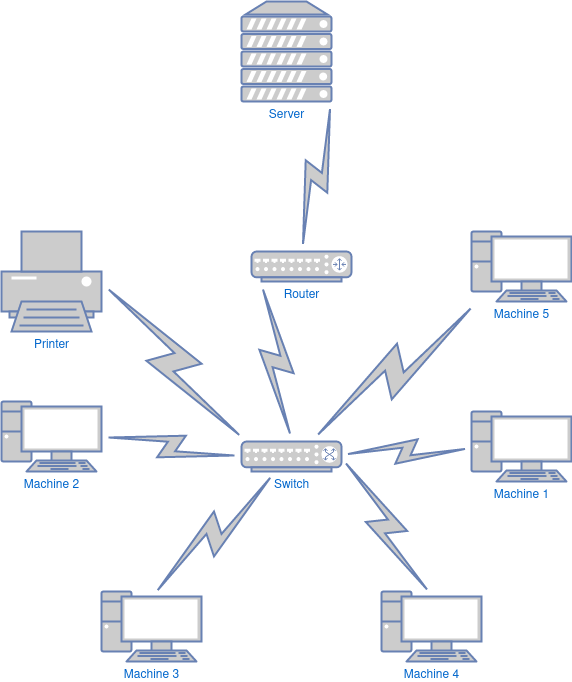
HenriqueStocco/Networks-college keeps this draw.io diagram as LanNetwork.drawio.png. Above is the earlier version. Source tidied: cells renumbered, new cells last; positions are measured from the earlier drawing's top-left corner, leaving out a move shared by most shapes.
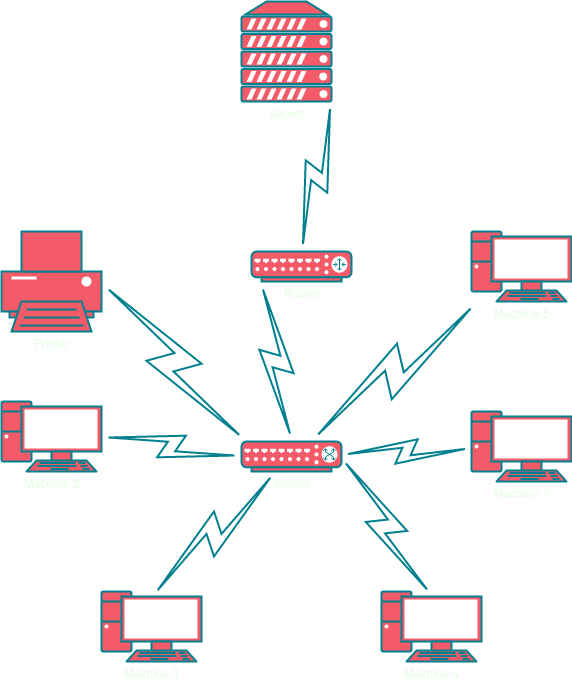
Later version of the same file.

Diff of the diagram source:
```diff
@@ -2,61 +2,61 @@
   <root>
     <mxCell id="0" />
     <mxCell id="1" parent="0" />
-    <mxCell id="2" value="Printer" style="fontColor=#0066CC;verticalAlign=top;verticalLabelPosition=bottom;labelPosition=center;align=center;html=1;outlineConnect=0;fillColor=#CCCCCC;strokeColor=#6881B3;gradientColor=none;gradientDirection=north;strokeWidth=2;shape=mxgraph.networks.printer;" parent="1" vertex="1">
+    <mxCell id="2" value="Printer" style="fontColor=#E4FDE1;verticalAlign=top;verticalLabelPosition=bottom;labelPosition=center;align=center;html=1;outlineConnect=0;fillColor=#F45B69;strokeColor=#028090;gradientDirection=north;strokeWidth=2;shape=mxgraph.networks.printer;labelBackgroundColor=none;rounded=1;" parent="1" vertex="1">
       <mxGeometry y="230" width="100" height="100" as="geometry" />
     </mxCell>
-    <mxCell id="3" value="Server" style="fontColor=#0066CC;verticalAlign=top;verticalLabelPosition=bottom;labelPosition=center;align=center;html=1;fillColor=#CCCCCC;strokeColor=#6881B3;gradientColor=none;gradientDirection=north;strokeWidth=2;shape=mxgraph.networks.server;" parent="1" vertex="1">
+    <mxCell id="3" value="Server" style="fontColor=#E4FDE1;verticalAlign=top;verticalLabelPosition=bottom;labelPosition=center;align=center;html=1;fillColor=#F45B69;strokeColor=#028090;gradientDirection=north;strokeWidth=2;shape=mxgraph.networks.server;labelBackgroundColor=none;rounded=1;" parent="1" vertex="1">
       <mxGeometry x="240" width="90" height="100" as="geometry" />
     </mxCell>
-    <mxCell id="4" value="Machine 1" style="fontColor=#0066CC;verticalAlign=top;verticalLabelPosition=bottom;labelPosition=center;align=center;html=1;outlineConnect=0;fillColor=#CCCCCC;strokeColor=#6881B3;gradientColor=none;gradientDirection=north;strokeWidth=2;shape=mxgraph.networks.pc;" parent="1" vertex="1">
+    <mxCell id="4" value="Machine 1" style="fontColor=#E4FDE1;verticalAlign=top;verticalLabelPosition=bottom;labelPosition=center;align=center;html=1;outlineConnect=0;fillColor=#F45B69;strokeColor=#028090;gradientDirection=north;strokeWidth=2;shape=mxgraph.networks.pc;labelBackgroundColor=none;rounded=1;" parent="1" vertex="1">
       <mxGeometry x="470" y="410" width="100" height="70" as="geometry" />
     </mxCell>
-    <mxCell id="5" value="Machine 5" style="fontColor=#0066CC;verticalAlign=top;verticalLabelPosition=bottom;labelPosition=center;align=center;html=1;outlineConnect=0;fillColor=#CCCCCC;strokeColor=#6881B3;gradientColor=none;gradientDirection=north;strokeWidth=2;shape=mxgraph.networks.pc;" parent="1" vertex="1">
+    <mxCell id="5" value="Machine 5" style="fontColor=#E4FDE1;verticalAlign=top;verticalLabelPosition=bottom;labelPosition=center;align=center;html=1;outlineConnect=0;fillColor=#F45B69;strokeColor=#028090;gradientDirection=north;strokeWidth=2;shape=mxgraph.networks.pc;labelBackgroundColor=none;rounded=1;" parent="1" vertex="1">
       <mxGeometry x="470" y="230" width="100" height="70" as="geometry" />
     </mxCell>
-    <mxCell id="6" value="Machine 4" style="fontColor=#0066CC;verticalAlign=top;verticalLabelPosition=bottom;labelPosition=center;align=center;html=1;outlineConnect=0;fillColor=#CCCCCC;strokeColor=#6881B3;gradientColor=none;gradientDirection=north;strokeWidth=2;shape=mxgraph.networks.pc;" parent="1" vertex="1">
+    <mxCell id="6" value="Machine 4" style="fontColor=#E4FDE1;verticalAlign=top;verticalLabelPosition=bottom;labelPosition=center;align=center;html=1;outlineConnect=0;fillColor=#F45B69;strokeColor=#028090;gradientDirection=north;strokeWidth=2;shape=mxgraph.networks.pc;labelBackgroundColor=none;rounded=1;" parent="1" vertex="1">
       <mxGeometry x="380" y="590" width="100" height="70" as="geometry" />
     </mxCell>
-    <mxCell id="7" value="Machine 3" style="fontColor=#0066CC;verticalAlign=top;verticalLabelPosition=bottom;labelPosition=center;align=center;html=1;outlineConnect=0;fillColor=#CCCCCC;strokeColor=#6881B3;gradientColor=none;gradientDirection=north;strokeWidth=2;shape=mxgraph.networks.pc;" parent="1" vertex="1">
+    <mxCell id="7" value="Machine 3" style="fontColor=#E4FDE1;verticalAlign=top;verticalLabelPosition=bottom;labelPosition=center;align=center;html=1;outlineConnect=0;fillColor=#F45B69;strokeColor=#028090;gradientDirection=north;strokeWidth=2;shape=mxgraph.networks.pc;labelBackgroundColor=none;rounded=1;" parent="1" vertex="1">
       <mxGeometry x="100" y="590" width="100" height="70" as="geometry" />
     </mxCell>
-    <mxCell id="8" value="Machine 2" style="fontColor=#0066CC;verticalAlign=top;verticalLabelPosition=bottom;labelPosition=center;align=center;html=1;outlineConnect=0;fillColor=#CCCCCC;strokeColor=#6881B3;gradientColor=none;gradientDirection=north;strokeWidth=2;shape=mxgraph.networks.pc;" parent="1" vertex="1">
+    <mxCell id="8" value="Machine 2" style="fontColor=#E4FDE1;verticalAlign=top;verticalLabelPosition=bottom;labelPosition=center;align=center;html=1;outlineConnect=0;fillColor=#F45B69;strokeColor=#028090;gradientDirection=north;strokeWidth=2;shape=mxgraph.networks.pc;labelBackgroundColor=none;rounded=1;" parent="1" vertex="1">
       <mxGeometry y="400" width="100" height="70" as="geometry" />
     </mxCell>
-    <mxCell id="9" style="html=1;outlineConnect=0;fillColor=#CCCCCC;strokeColor=#6881B3;gradientColor=none;gradientDirection=north;strokeWidth=2;shape=mxgraph.networks.comm_link_edge;html=1;rounded=0;exitX=0.5;exitY=0;exitDx=0;exitDy=0;exitPerimeter=0;" parent="1" edge="1" source="17">
+    <mxCell id="9" style="html=1;outlineConnect=0;strokeColor=#028090;gradientDirection=north;strokeWidth=2;shape=mxgraph.networks.comm_link_edge;html=1;rounded=1;exitX=0.5;exitY=0;exitDx=0;exitDy=0;exitPerimeter=0;labelBackgroundColor=none;fontColor=default;" parent="1" edge="1" source="17">
       <mxGeometry relative="1" as="geometry">
         <mxPoint x="330" y="100" as="targetPoint" />
       </mxGeometry>
     </mxCell>
-    <mxCell id="10" style="html=1;outlineConnect=0;fillColor=#CCCCCC;strokeColor=#6881B3;gradientColor=none;gradientDirection=north;strokeWidth=2;shape=mxgraph.networks.comm_link_edge;html=1;rounded=0;exitX=0.5;exitY=0;exitDx=0;exitDy=0;exitPerimeter=0;entryX=0.1;entryY=1;entryDx=0;entryDy=0;entryPerimeter=0;" parent="1" edge="1" source="18" target="17">
+    <mxCell id="10" style="html=1;outlineConnect=0;strokeColor=#028090;gradientDirection=north;strokeWidth=2;shape=mxgraph.networks.comm_link_edge;html=1;rounded=1;exitX=0.5;exitY=0;exitDx=0;exitDy=0;exitPerimeter=0;entryX=0.1;entryY=1;entryDx=0;entryDy=0;entryPerimeter=0;labelBackgroundColor=none;fontColor=default;" parent="1" edge="1" source="18" target="17">
       <mxGeometry relative="1" as="geometry">
         <Array as="points">
           <mxPoint x="250" y="400" />
         </Array>
       </mxGeometry>
     </mxCell>
-    <mxCell id="11" style="html=1;outlineConnect=0;fillColor=#CCCCCC;strokeColor=#6881B3;gradientColor=none;gradientDirection=north;strokeWidth=2;shape=mxgraph.networks.comm_link_edge;html=1;rounded=0;exitX=1;exitY=0.5;exitDx=0;exitDy=0;exitPerimeter=0;entryX=0.05;entryY=0.05;entryDx=0;entryDy=0;entryPerimeter=0;" parent="1" edge="1" source="2" target="18">
+    <mxCell id="11" style="html=1;outlineConnect=0;strokeColor=#028090;gradientDirection=north;strokeWidth=2;shape=mxgraph.networks.comm_link_edge;html=1;rounded=1;exitX=1;exitY=0.5;exitDx=0;exitDy=0;exitPerimeter=0;entryX=0.05;entryY=0.05;entryDx=0;entryDy=0;entryPerimeter=0;labelBackgroundColor=none;fontColor=default;" parent="1" edge="1" source="2" target="18">
       <mxGeometry relative="1" as="geometry" />
     </mxCell>
-    <mxCell id="12" style="html=1;outlineConnect=0;fillColor=#CCCCCC;strokeColor=#6881B3;gradientColor=none;gradientDirection=north;strokeWidth=2;shape=mxgraph.networks.comm_link_edge;html=1;rounded=0;entryX=0;entryY=0.5;entryDx=0;entryDy=0;entryPerimeter=0;exitX=1;exitY=0.5;exitDx=0;exitDy=0;exitPerimeter=0;" parent="1" edge="1" source="8" target="18">
+    <mxCell id="12" style="html=1;outlineConnect=0;strokeColor=#028090;gradientDirection=north;strokeWidth=2;shape=mxgraph.networks.comm_link_edge;html=1;rounded=1;entryX=0;entryY=0.5;entryDx=0;entryDy=0;entryPerimeter=0;exitX=1;exitY=0.5;exitDx=0;exitDy=0;exitPerimeter=0;labelBackgroundColor=none;fontColor=default;" parent="1" edge="1" source="8" target="18">
       <mxGeometry relative="1" as="geometry" />
     </mxCell>
-    <mxCell id="13" style="html=1;outlineConnect=0;fillColor=#CCCCCC;strokeColor=#6881B3;gradientColor=none;gradientDirection=north;strokeWidth=2;shape=mxgraph.networks.comm_link_edge;html=1;rounded=0;exitX=0.5;exitY=0.07;exitDx=0;exitDy=0;exitPerimeter=0;" parent="1" edge="1" source="7" target="18">
+    <mxCell id="13" style="html=1;outlineConnect=0;strokeColor=#028090;gradientDirection=north;strokeWidth=2;shape=mxgraph.networks.comm_link_edge;html=1;rounded=1;exitX=0.5;exitY=0.07;exitDx=0;exitDy=0;exitPerimeter=0;labelBackgroundColor=none;fontColor=default;" parent="1" edge="1" source="7" target="18">
       <mxGeometry relative="1" as="geometry" />
     </mxCell>
-    <mxCell id="14" style="html=1;outlineConnect=0;fillColor=#CCCCCC;strokeColor=#6881B3;gradientColor=none;gradientDirection=north;strokeWidth=2;shape=mxgraph.networks.comm_link_edge;html=1;rounded=0;" parent="1" edge="1" source="18" target="5">
+    <mxCell id="14" style="html=1;outlineConnect=0;strokeColor=#028090;gradientDirection=north;strokeWidth=2;shape=mxgraph.networks.comm_link_edge;html=1;rounded=1;labelBackgroundColor=none;fontColor=default;" parent="1" edge="1" source="18" target="5">
       <mxGeometry relative="1" as="geometry" />
     </mxCell>
-    <mxCell id="15" style="html=1;outlineConnect=0;fillColor=#CCCCCC;strokeColor=#6881B3;gradientColor=none;gradientDirection=north;strokeWidth=2;shape=mxgraph.networks.comm_link_edge;html=1;rounded=0;" parent="1" edge="1" source="18" target="4">
+    <mxCell id="15" style="html=1;outlineConnect=0;strokeColor=#028090;gradientDirection=north;strokeWidth=2;shape=mxgraph.networks.comm_link_edge;html=1;rounded=1;labelBackgroundColor=none;fontColor=default;" parent="1" edge="1" source="18" target="4">
       <mxGeometry relative="1" as="geometry" />
     </mxCell>
-    <mxCell id="16" style="html=1;outlineConnect=0;fillColor=#CCCCCC;strokeColor=#6881B3;gradientColor=none;gradientDirection=north;strokeWidth=2;shape=mxgraph.networks.comm_link_edge;html=1;rounded=0;entryX=0.5;entryY=0.07;entryDx=0;entryDy=0;entryPerimeter=0;exitX=1;exitY=0.5;exitDx=0;exitDy=0;exitPerimeter=0;" parent="1" edge="1" source="18" target="6">
+    <mxCell id="16" style="html=1;outlineConnect=0;strokeColor=#028090;gradientDirection=north;strokeWidth=2;shape=mxgraph.networks.comm_link_edge;html=1;rounded=1;entryX=0.5;entryY=0.07;entryDx=0;entryDy=0;entryPerimeter=0;exitX=1;exitY=0.5;exitDx=0;exitDy=0;exitPerimeter=0;labelBackgroundColor=none;fontColor=default;" parent="1" edge="1" source="18" target="6">
       <mxGeometry relative="1" as="geometry" />
     </mxCell>
-    <mxCell id="17" value="Router" style="fontColor=#0066CC;verticalAlign=top;verticalLabelPosition=bottom;labelPosition=center;align=center;html=1;outlineConnect=0;fillColor=#CCCCCC;strokeColor=#6881B3;gradientColor=none;gradientDirection=north;strokeWidth=2;shape=mxgraph.networks.router;" parent="1" vertex="1">
+    <mxCell id="17" value="Router" style="fontColor=#E4FDE1;verticalAlign=top;verticalLabelPosition=bottom;labelPosition=center;align=center;html=1;outlineConnect=0;fillColor=#F45B69;strokeColor=#028090;gradientDirection=north;strokeWidth=2;shape=mxgraph.networks.router;labelBackgroundColor=none;rounded=1;" parent="1" vertex="1">
       <mxGeometry x="250" y="250" width="100" height="30" as="geometry" />
     </mxCell>
-    <mxCell id="18" value="Switch" style="fontColor=#0066CC;verticalAlign=top;verticalLabelPosition=bottom;labelPosition=center;align=center;html=1;outlineConnect=0;fillColor=#CCCCCC;strokeColor=#6881B3;gradientColor=none;gradientDirection=north;strokeWidth=2;shape=mxgraph.networks.switch;" parent="1" vertex="1">
+    <mxCell id="18" value="Switch" style="fontColor=#E4FDE1;verticalAlign=top;verticalLabelPosition=bottom;labelPosition=center;align=center;html=1;outlineConnect=0;fillColor=#F45B69;strokeColor=#028090;gradientDirection=north;strokeWidth=2;shape=mxgraph.networks.switch;labelBackgroundColor=none;rounded=1;" parent="1" vertex="1">
       <mxGeometry x="240" y="440" width="100" height="30" as="geometry" />
     </mxCell>
   </root>
```
